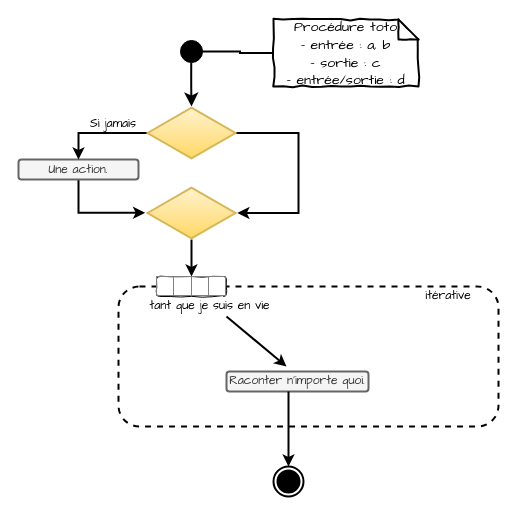
This is diagrames_types/fonction.drawio from deadLocks21/C.A.R.O., a draw.io file, before an edit. Source tidied: cells renumbered, new cells numbered last; positions are measured from the earlier drawing's top-left corner, leaving out a move shared by most shapes. Both pictures are drawn from the tidied source at 100%, with x=0, y=0 at pixel (18, 19).
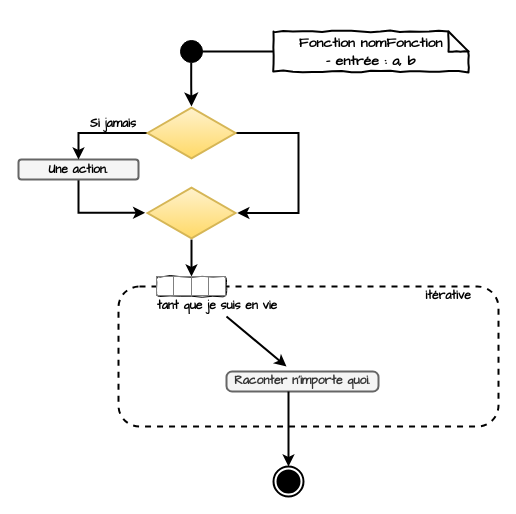
After the change.

Change to the diagram source:
```diff
@@
-    <mxCell id="6" value="&lt;font face=&quot;Comic Sans MS&quot;&gt;Une action.&lt;/font&gt;" style="rounded=1;whiteSpace=wrap;html=1;strokeColor=#666666;strokeWidth=2;fillColor=#f5f5f5;fontColor=#333333;" parent="1" vertex="1">
+    <mxCell id="6" value="&lt;font face=&quot;Comic Sans MS&quot;&gt;Une action.&lt;/font&gt;" style="rounded=1;whiteSpace=wrap;html=1;strokeColor=#666666;strokeWidth=2;fillColor=#f5f5f5;fontColor=#000000;fontStyle=1;" parent="1" vertex="1">
       <mxGeometry y="140" width="120" height="20" as="geometry" />
     </mxCell>
@@
-    <mxCell id="12" value="&lt;font face=&quot;Comic Sans MS&quot;&gt;Si jamais&lt;/font&gt;" style="text;html=1;strokeColor=none;fillColor=none;align=center;verticalAlign=middle;whiteSpace=wrap;rounded=0;" parent="1" vertex="1">
+    <mxCell id="12" value="&lt;font face=&quot;Comic Sans MS&quot;&gt;Si jamais&lt;/font&gt;" style="text;html=1;strokeColor=none;fillColor=none;align=center;verticalAlign=middle;whiteSpace=wrap;rounded=0;fontStyle=1;" parent="1" vertex="1">
       <mxGeometry x="60" y="93.5" width="70" height="20" as="geometry" />
     </mxCell>
@@
-    <mxCell id="15" value="itérative" style="text;html=1;strokeColor=none;fillColor=none;align=center;verticalAlign=middle;whiteSpace=wrap;rounded=0;shadow=0;glass=0;comic=1;fontFamily=Comic Sans MS;" parent="1" vertex="1">
+    <mxCell id="15" value="itérative" style="text;html=1;strokeColor=none;fillColor=none;align=center;verticalAlign=middle;whiteSpace=wrap;rounded=0;shadow=0;glass=0;comic=1;fontFamily=Comic Sans MS;fontStyle=1;" parent="1" vertex="1">
       <mxGeometry x="410" y="267" width="40" height="20" as="geometry" />
     </mxCell>
-    <mxCell id="16" value="tant que je suis en vie" style="text;html=1;strokeColor=none;fillColor=none;align=center;verticalAlign=middle;whiteSpace=wrap;rounded=0;shadow=0;glass=0;comic=1;fontFamily=Comic Sans MS;" parent="1" vertex="1">
-      <mxGeometry x="128" y="277" width="127" height="20" as="geometry" />
+    <mxCell id="16" value="tant que je suis en vie" style="text;html=1;strokeColor=none;fillColor=none;align=center;verticalAlign=middle;whiteSpace=wrap;rounded=0;shadow=0;glass=0;comic=1;fontFamily=Comic Sans MS;fontStyle=1;" parent="1" vertex="1">
+      <mxGeometry x="128" y="277" width="142" height="20" as="geometry" />
     </mxCell>
-    <mxCell id="17" value="&lt;font&gt;Raconter n'importe quoi.&lt;/font&gt;" style="rounded=1;whiteSpace=wrap;html=1;strokeColor=#666666;strokeWidth=2;fillColor=#f5f5f5;fontColor=#333333;fontFamily=Comic Sans MS;" parent="1" vertex="1">
-      <mxGeometry x="208" y="352" width="142" height="20" as="geometry" />
+    <mxCell id="17" value="&lt;font&gt;Raconter n'importe quoi.&lt;/font&gt;" style="rounded=1;whiteSpace=wrap;html=1;strokeColor=#666666;strokeWidth=2;fillColor=#f5f5f5;fontColor=#333333;fontFamily=Comic Sans MS;fontStyle=1;arcSize=28;" parent="1" vertex="1">
+      <mxGeometry x="208" y="352" width="152" height="20" as="geometry" />
     </mxCell>
@@
-    <mxCell id="21" value="&lt;div&gt;&lt;font face=&quot;Comic Sans MS&quot;&gt;Procédure toto&lt;/font&gt;&lt;/div&gt;&lt;div&gt;&lt;font face=&quot;Comic Sans MS&quot;&gt;- entrée : a, b&lt;/font&gt;&lt;/div&gt;&lt;div&gt;&lt;font face=&quot;Comic Sans MS&quot;&gt;- sortie : c&lt;/font&gt;&lt;/div&gt;&lt;div&gt;&lt;font face=&quot;Comic Sans MS&quot;&gt;- entrée/sortie : d&lt;/font&gt;&lt;/div&gt;" style="shape=note;strokeWidth=2;fontSize=14;size=20;whiteSpace=wrap;html=1;rounded=1;shadow=0;glass=0;comic=1;fillColor=#FFFFFF;gradientColor=none;" parent="1" vertex="1">
-      <mxGeometry x="255" width="145" height="67" as="geometry" />
+    <mxCell id="21" value="&lt;div&gt;&lt;font face=&quot;Comic Sans MS&quot;&gt;Fonction nomFonction&lt;/font&gt;&lt;/div&gt;&lt;div&gt;&lt;font face=&quot;Comic Sans MS&quot;&gt;- entrée : a, b&lt;/font&gt;&lt;/div&gt;" style="shape=note;strokeWidth=2;fontSize=14;size=20;whiteSpace=wrap;html=1;rounded=1;shadow=0;glass=0;comic=1;fillColor=#FFFFFF;gradientColor=none;fontStyle=1;" parent="1" vertex="1">
+      <mxGeometry x="255" y="12" width="195" height="40" as="geometry" />
     </mxCell>
```
